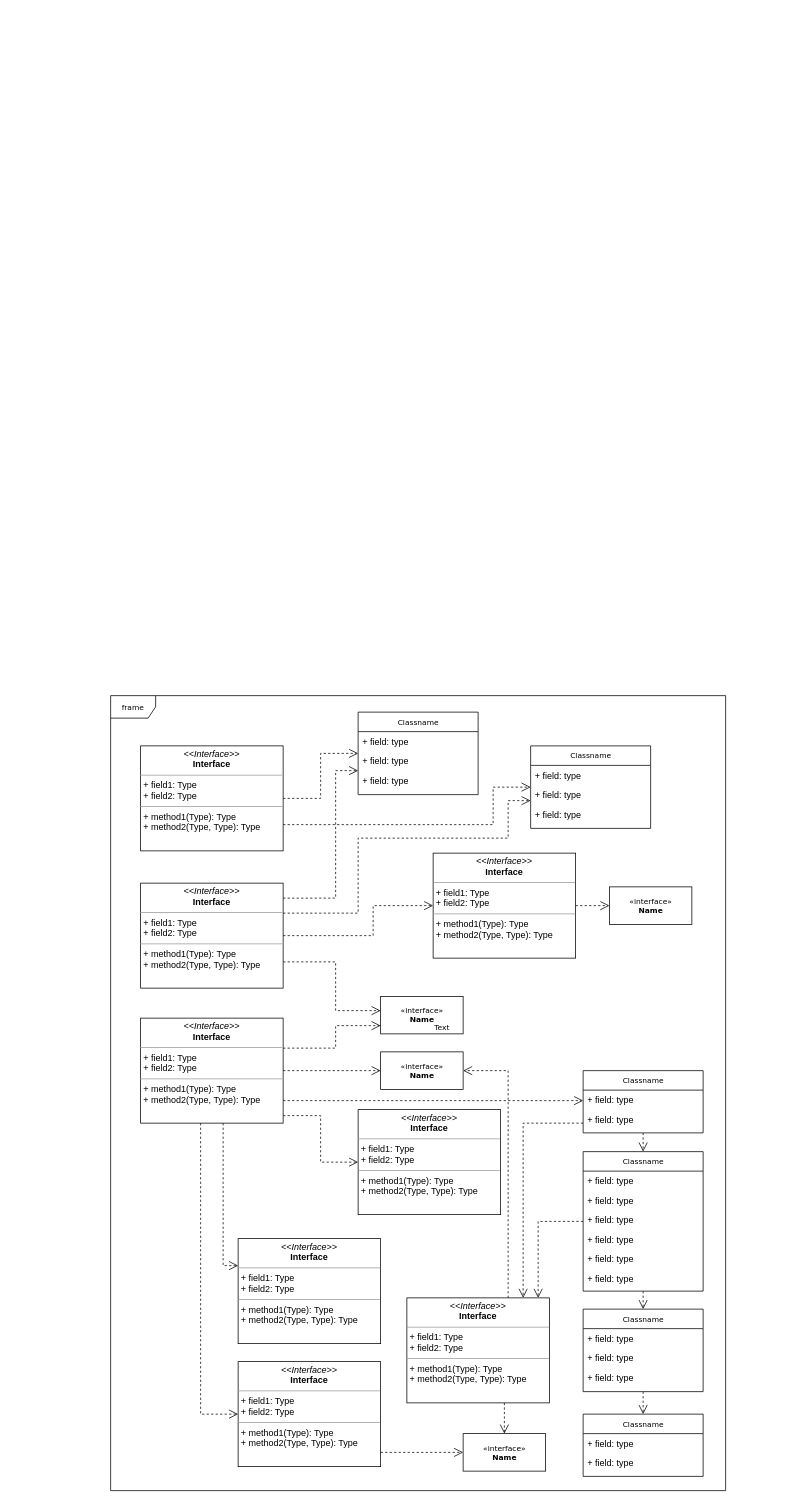
The draw.io diagram Untitled Diagram.drawio in alstn4676/firstproject, before the edit. Source tidied: cells renumbered, new cells numbered last; positions are measured from the earlier drawing's top-left corner, leaving out a move shared by most shapes. Both pictures are drawn from the tidied source at 75%, with x=0, y=0 at pixel (110, 695).
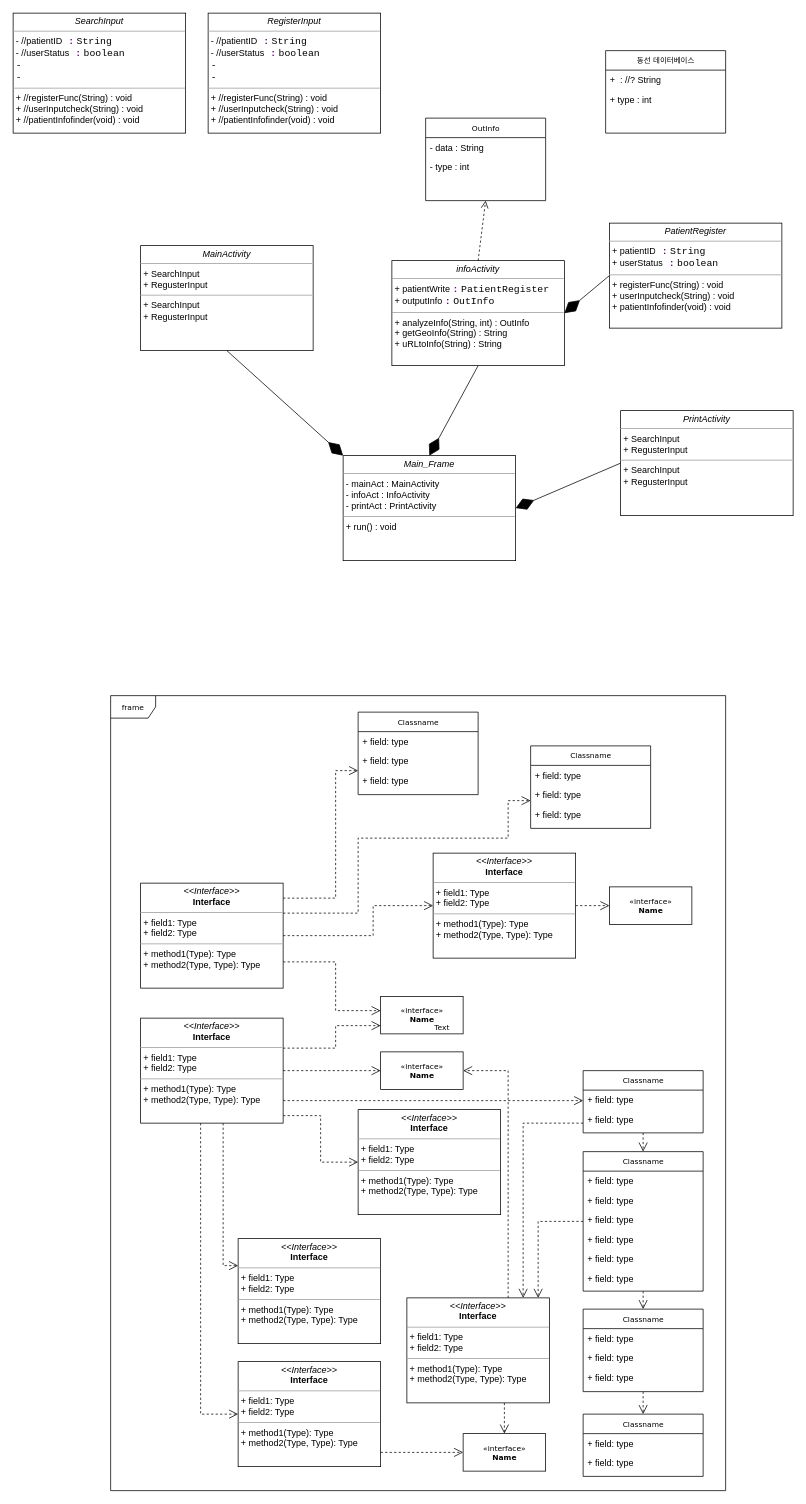
The same diagram, later.

Unchanged cells that the change refers to:
```xml
<mxCell id="12" value="Classname" style="swimlane;html=1;fontStyle=0;horizontal=1;startSize=26;fillColor=none;swimlaneFillColor=#ffffff;rounded=0;shadow=0;comic=0;labelBackgroundColor=none;strokeWidth=1;fontFamily=Verdana;fontSize=10;align=center;" parent="1" vertex="1">
  <mxGeometry x="330" y="22" width="160" height="110" as="geometry" />
</mxCell>
<mxCell id="16" value="Classname" style="swimlane;html=1;fontStyle=0;horizontal=1;startSize=26;fillColor=none;swimlaneFillColor=#ffffff;rounded=0;shadow=0;comic=0;labelBackgroundColor=none;strokeWidth=1;fontFamily=Verdana;fontSize=10;align=center;" parent="1" vertex="1">
  <mxGeometry x="560" y="67" width="160" height="110" as="geometry" />
</mxCell>
```

What changed in the source:
```diff
@@
-    <mxCell id="46" style="edgeStyle=orthogonalEdgeStyle;rounded=0;html=1;labelBackgroundColor=none;startFill=0;endArrow=open;endFill=0;endSize=10;fontFamily=Verdana;fontSize=10;dashed=1;" parent="1" edge="1" source="48" target="12">
-      <mxGeometry relative="1" as="geometry" />
-    </mxCell>
-    <mxCell id="47" style="edgeStyle=orthogonalEdgeStyle;rounded=0;html=1;exitX=1;exitY=0.75;dashed=1;labelBackgroundColor=none;startFill=0;endArrow=open;endFill=0;endSize=10;fontFamily=Verdana;fontSize=10;" parent="1" edge="1" source="48" target="16">
-      <mxGeometry relative="1" as="geometry">
-        <Array as="points">
-          <mxPoint x="510" y="172" />
-          <mxPoint x="510" y="122" />
-        </Array>
-      </mxGeometry>
-    </mxCell>
-    <mxCell id="48" value="&lt;p style=&quot;margin:0px;margin-top:4px;text-align:center;&quot;&gt;&lt;i&gt;&amp;lt;&amp;lt;Interface&amp;gt;&amp;gt;&lt;/i&gt;&lt;br/&gt;&lt;b&gt;Interface&lt;/b&gt;&lt;/p&gt;&lt;hr size=&quot;1&quot;/&gt;&lt;p style=&quot;margin:0px;margin-left:4px;&quot;&gt;+ field1: Type&lt;br/&gt;+ field2: Type&lt;/p&gt;&lt;hr size=&quot;1&quot;/&gt;&lt;p style=&quot;margin:0px;margin-left:4px;&quot;&gt;+ method1(Type): Type&lt;br/&gt;+ method2(Type, Type): Type&lt;/p&gt;" style="verticalAlign=top;align=left;overflow=fill;fontSize=12;fontFamily=Helvetica;html=1;rounded=0;shadow=0;comic=0;labelBackgroundColor=none;strokeWidth=1;" parent="1" vertex="1">
-      <mxGeometry x="40" y="67" width="190" height="140" as="geometry" />
+    <mxCell id="48" value="&lt;p style=&quot;margin: 0px ; margin-top: 4px ; text-align: center&quot;&gt;&lt;i&gt;infoActivity&lt;/i&gt;&lt;/p&gt;&lt;hr size=&quot;1&quot;&gt;&lt;p style=&quot;margin: 0px ; margin-left: 4px&quot;&gt;+ patientWrite&amp;nbsp;&lt;span style=&quot;color: rgb(102 , 14 , 122) ; font-weight: bold ; background-color: rgb(255 , 255 , 255) ; font-family: &amp;#34;consolas&amp;#34; , monospace ; font-size: 9.8pt&quot;&gt;:&lt;/span&gt;&lt;span&gt;&amp;nbsp;&lt;/span&gt;&lt;span style=&quot;background-color: rgb(255 , 255 , 255) ; font-family: &amp;#34;consolas&amp;#34; , monospace ; font-size: 9.8pt&quot;&gt;PatientRegister&lt;/span&gt;&lt;/p&gt;&lt;p style=&quot;margin: 0px ; margin-left: 4px&quot;&gt;+ outputInfo&amp;nbsp;&lt;span style=&quot;color: rgb(102 , 14 , 122) ; font-weight: bold ; background-color: rgb(255 , 255 , 255) ; font-family: &amp;#34;consolas&amp;#34; , monospace ; font-size: 9.8pt&quot;&gt;:&lt;/span&gt;&lt;span&gt;&amp;nbsp;&lt;/span&gt;&lt;span style=&quot;background-color: rgb(255 , 255 , 255) ; font-family: &amp;#34;consolas&amp;#34; , monospace ; font-size: 9.8pt&quot;&gt;OutInfo&lt;/span&gt;&lt;/p&gt;&lt;hr size=&quot;1&quot;&gt;&lt;p style=&quot;margin: 0px ; margin-left: 4px&quot;&gt;+ analyzeInfo(String, int) : OutInfo&lt;br&gt;+ getGeoInfo(String) : String&lt;/p&gt;&lt;p style=&quot;margin: 0px ; margin-left: 4px&quot;&gt;+ uRLtoInfo(String) : String&lt;/p&gt;" style="verticalAlign=top;align=left;overflow=fill;fontSize=12;fontFamily=Helvetica;html=1;rounded=0;shadow=0;comic=0;labelBackgroundColor=none;strokeWidth=1;" parent="1" vertex="1">
+      <mxGeometry x="375" y="-580" width="230" height="140" as="geometry" />
     </mxCell>
@@
+    <mxCell id="62" value="&lt;p style=&quot;margin: 0px ; margin-top: 4px ; text-align: center&quot;&gt;&lt;i&gt;PatientRegister&lt;/i&gt;&lt;/p&gt;&lt;hr size=&quot;1&quot;&gt;&lt;p style=&quot;margin: 0px ; margin-left: 4px&quot;&gt;+ patientID&lt;span style=&quot;color: rgb(102 , 14 , 122) ; font-weight: bold ; background-color: rgb(255 , 255 , 255) ; font-family: &amp;#34;consolas&amp;#34; , monospace ; font-size: 9.8pt&quot;&gt;&amp;nbsp;:&lt;/span&gt;&amp;nbsp;&lt;font face=&quot;consolas, monospace&quot;&gt;&lt;span style=&quot;font-size: 13.0667px ; background-color: rgb(255 , 255 , 255)&quot;&gt;String&lt;/span&gt;&lt;/font&gt;&lt;/p&gt;&lt;p style=&quot;margin: 0px ; margin-left: 4px&quot;&gt;+ userStatus&lt;span style=&quot;color: rgb(102 , 14 , 122) ; font-weight: bold ; background-color: rgb(255 , 255 , 255) ; font-family: &amp;#34;consolas&amp;#34; , monospace ; font-size: 9.8pt&quot;&gt;&amp;nbsp;:&lt;/span&gt;&amp;nbsp;&lt;font face=&quot;consolas, monospace&quot;&gt;&lt;span style=&quot;font-size: 13.0667px ; background-color: rgb(255 , 255 , 255)&quot;&gt;boolean&lt;/span&gt;&lt;/font&gt;&lt;/p&gt;&lt;hr size=&quot;1&quot;&gt;&lt;p style=&quot;margin: 0px ; margin-left: 4px&quot;&gt;+ registerFunc(String) : void&lt;br&gt;+ userInputcheck(String)&amp;nbsp;: void&lt;/p&gt;&lt;p style=&quot;margin: 0px ; margin-left: 4px&quot;&gt;+ patientInfofinder(void) : void&lt;/p&gt;" style="verticalAlign=top;align=left;overflow=fill;fontSize=12;fontFamily=Helvetica;html=1;rounded=0;shadow=0;comic=0;labelBackgroundColor=none;strokeWidth=1;" parent="1" vertex="1">
+      <mxGeometry x="665" y="-630" width="230" height="140" as="geometry" />
+    </mxCell>
+    <mxCell id="63" value="OutInfo" style="swimlane;html=1;fontStyle=0;horizontal=1;startSize=26;fillColor=none;swimlaneFillColor=#ffffff;rounded=0;shadow=0;comic=0;labelBackgroundColor=none;strokeWidth=1;fontFamily=Verdana;fontSize=10;align=center;" parent="1" vertex="1">
+      <mxGeometry x="420" y="-770" width="160" height="110" as="geometry" />
+    </mxCell>
+    <mxCell id="64" value="- data : String" style="text;html=1;strokeColor=none;fillColor=none;align=left;verticalAlign=top;spacingLeft=4;spacingRight=4;whiteSpace=wrap;overflow=hidden;" parent="63" vertex="1">
+      <mxGeometry y="26" width="160" height="26" as="geometry" />
+    </mxCell>
+    <mxCell id="65" value="- type : int" style="text;html=1;strokeColor=none;fillColor=none;align=left;verticalAlign=top;spacingLeft=4;spacingRight=4;whiteSpace=wrap;overflow=hidden;" parent="63" vertex="1">
+      <mxGeometry y="52" width="160" height="26" as="geometry" />
+    </mxCell>
+    <mxCell id="66" value="&amp;nbsp;" style="html=1;verticalAlign=bottom;endArrow=open;dashed=1;endSize=8;exitX=0.5;exitY=0;exitDx=0;exitDy=0;entryX=0.5;entryY=1;entryDx=0;entryDy=0;" parent="1" edge="1" source="48" target="63">
+      <mxGeometry x="0.52" y="-20" relative="1" as="geometry" />
+    </mxCell>
+    <mxCell id="67" style="endArrow=diamondThin;endFill=1;endSize=24;html=1;exitX=0;exitY=0.5;exitDx=0;exitDy=0;entryX=1;entryY=0.5;entryDx=0;entryDy=0;" parent="1" edge="1" source="62" target="48">
+      <mxGeometry relative="1" as="geometry" />
+    </mxCell>
+    <mxCell id="68" value="&lt;p style=&quot;margin: 0px ; margin-top: 4px ; text-align: center&quot;&gt;&lt;i&gt;RegisterInput&lt;/i&gt;&lt;/p&gt;&lt;hr size=&quot;1&quot;&gt;&lt;p style=&quot;margin: 0px ; margin-left: 4px&quot;&gt;- //patientID&lt;span style=&quot;color: rgb(102 , 14 , 122) ; font-weight: bold ; background-color: rgb(255 , 255 , 255) ; font-family: &amp;#34;consolas&amp;#34; , monospace ; font-size: 9.8pt&quot;&gt;&amp;nbsp;:&lt;/span&gt;&amp;nbsp;&lt;font face=&quot;consolas, monospace&quot;&gt;&lt;span style=&quot;font-size: 13.0667px ; background-color: rgb(255 , 255 , 255)&quot;&gt;String&lt;/span&gt;&lt;/font&gt;&lt;/p&gt;&lt;p style=&quot;margin: 0px ; margin-left: 4px&quot;&gt;-&lt;span&gt;&amp;nbsp;//userStatus&lt;/span&gt;&lt;span style=&quot;color: rgb(102 , 14 , 122) ; font-weight: bold ; background-color: rgb(255 , 255 , 255) ; font-family: &amp;#34;consolas&amp;#34; , monospace ; font-size: 9.8pt&quot;&gt;&amp;nbsp;:&lt;/span&gt;&lt;span&gt;&amp;nbsp;&lt;/span&gt;&lt;font face=&quot;consolas, monospace&quot;&gt;&lt;span style=&quot;font-size: 13.0667px ; background-color: rgb(255 , 255 , 255)&quot;&gt;boolean&lt;/span&gt;&lt;/font&gt;&lt;/p&gt;&lt;p style=&quot;margin: 0px ; margin-left: 4px&quot;&gt;&lt;font face=&quot;consolas, monospace&quot;&gt;&lt;span style=&quot;font-size: 13.0667px ; background-color: rgb(255 , 255 , 255)&quot;&gt;-&lt;/span&gt;&lt;/font&gt;&lt;/p&gt;&lt;p style=&quot;margin: 0px ; margin-left: 4px&quot;&gt;&lt;font face=&quot;consolas, monospace&quot;&gt;&lt;span style=&quot;font-size: 13.0667px ; background-color: rgb(255 , 255 , 255)&quot;&gt;-&lt;/span&gt;&lt;/font&gt;&lt;/p&gt;&lt;hr size=&quot;1&quot;&gt;&lt;p style=&quot;margin: 0px ; margin-left: 4px&quot;&gt;+ //registerFunc(String) : void&lt;br&gt;+ //userInputcheck(String)&amp;nbsp;: void&lt;/p&gt;&lt;p style=&quot;margin: 0px ; margin-left: 4px&quot;&gt;+ //patientInfofinder(void) : void&lt;/p&gt;" style="verticalAlign=top;align=left;overflow=fill;fontSize=12;fontFamily=Helvetica;html=1;rounded=0;shadow=0;comic=0;labelBackgroundColor=none;strokeWidth=1;" parent="1" vertex="1">
+      <mxGeometry x="130" y="-910" width="230" height="160" as="geometry" />
+    </mxCell>
+    <mxCell id="69" style="endArrow=diamondThin;endFill=1;endSize=24;html=1;exitX=0.5;exitY=1;exitDx=0;exitDy=0;entryX=0.5;entryY=0;entryDx=0;entryDy=0;" parent="1" edge="1" source="48" target="72">
+      <mxGeometry relative="1" as="geometry" />
+    </mxCell>
+    <mxCell id="70" value="&lt;p style=&quot;margin: 0px ; margin-top: 4px ; text-align: center&quot;&gt;&lt;i&gt;MainActivity&lt;/i&gt;&lt;/p&gt;&lt;hr size=&quot;1&quot;&gt;&lt;p style=&quot;margin: 0px 0px 0px 4px&quot;&gt;+ SearchInput&lt;/p&gt;&lt;p style=&quot;margin: 0px 0px 0px 4px&quot;&gt;+ RegusterInput&lt;/p&gt;&lt;hr size=&quot;1&quot;&gt;&lt;p style=&quot;margin: 0px ; margin-left: 4px&quot;&gt;+ SearchInput&lt;/p&gt;&lt;p style=&quot;margin: 0px ; margin-left: 4px&quot;&gt;+ RegusterInput&lt;/p&gt;" style="verticalAlign=top;align=left;overflow=fill;fontSize=12;fontFamily=Helvetica;html=1;rounded=0;shadow=0;comic=0;labelBackgroundColor=none;strokeWidth=1;" parent="1" vertex="1">
+      <mxGeometry x="40" y="-600" width="230" height="140" as="geometry" />
+    </mxCell>
+    <mxCell id="71" style="endArrow=diamondThin;endFill=1;endSize=24;html=1;exitX=0.5;exitY=1;exitDx=0;exitDy=0;entryX=0;entryY=0;entryDx=0;entryDy=0;" parent="1" edge="1" source="70" target="72">
+      <mxGeometry relative="1" as="geometry" />
+    </mxCell>
+    <mxCell id="72" value="&lt;p style=&quot;margin: 0px ; margin-top: 4px ; text-align: center&quot;&gt;&lt;i&gt;Main_Frame&lt;/i&gt;&lt;br&gt;&lt;/p&gt;&lt;hr size=&quot;1&quot;&gt;&lt;p style=&quot;margin: 0px 0px 0px 4px&quot;&gt;- mainAct : MainActivity&lt;/p&gt;&lt;p style=&quot;margin: 0px 0px 0px 4px&quot;&gt;- infoAct : InfoActivity&lt;/p&gt;&lt;p style=&quot;margin: 0px 0px 0px 4px&quot;&gt;- printAct : PrintActivity&lt;/p&gt;&lt;hr size=&quot;1&quot;&gt;&lt;p style=&quot;margin: 0px ; margin-left: 4px&quot;&gt;+ run() : void&lt;/p&gt;" style="verticalAlign=top;align=left;overflow=fill;fontSize=12;fontFamily=Helvetica;html=1;rounded=0;shadow=0;comic=0;labelBackgroundColor=none;strokeWidth=1;" parent="1" vertex="1">
+      <mxGeometry x="310" y="-320" width="230" height="140" as="geometry" />
+    </mxCell>
+    <mxCell id="73" value="&lt;p style=&quot;margin: 0px ; margin-top: 4px ; text-align: center&quot;&gt;&lt;i&gt;PrintActivity&lt;/i&gt;&lt;/p&gt;&lt;hr size=&quot;1&quot;&gt;&lt;p style=&quot;margin: 0px 0px 0px 4px&quot;&gt;+ SearchInput&lt;/p&gt;&lt;p style=&quot;margin: 0px 0px 0px 4px&quot;&gt;+ RegusterInput&lt;/p&gt;&lt;hr size=&quot;1&quot;&gt;&lt;p style=&quot;margin: 0px ; margin-left: 4px&quot;&gt;+ SearchInput&lt;/p&gt;&lt;p style=&quot;margin: 0px ; margin-left: 4px&quot;&gt;+ RegusterInput&lt;/p&gt;" style="verticalAlign=top;align=left;overflow=fill;fontSize=12;fontFamily=Helvetica;html=1;rounded=0;shadow=0;comic=0;labelBackgroundColor=none;strokeWidth=1;" parent="1" vertex="1">
+      <mxGeometry x="680" y="-380" width="230" height="140" as="geometry" />
+    </mxCell>
+    <mxCell id="74" style="endArrow=diamondThin;endFill=1;endSize=24;html=1;exitX=0;exitY=0.5;exitDx=0;exitDy=0;entryX=1;entryY=0.5;entryDx=0;entryDy=0;" parent="1" edge="1" source="73" target="72">
+      <mxGeometry relative="1" as="geometry" />
+    </mxCell>
+    <mxCell id="75" value="&lt;p style=&quot;margin: 0px ; margin-top: 4px ; text-align: center&quot;&gt;&lt;i&gt;SearchInput&lt;/i&gt;&lt;/p&gt;&lt;hr size=&quot;1&quot;&gt;&lt;p style=&quot;margin: 0px ; margin-left: 4px&quot;&gt;- //patientID&lt;span style=&quot;color: rgb(102 , 14 , 122) ; font-weight: bold ; background-color: rgb(255 , 255 , 255) ; font-family: &amp;#34;consolas&amp;#34; , monospace ; font-size: 9.8pt&quot;&gt;&amp;nbsp;:&lt;/span&gt;&amp;nbsp;&lt;font face=&quot;consolas, monospace&quot;&gt;&lt;span style=&quot;font-size: 13.0667px ; background-color: rgb(255 , 255 , 255)&quot;&gt;String&lt;/span&gt;&lt;/font&gt;&lt;/p&gt;&lt;p style=&quot;margin: 0px ; margin-left: 4px&quot;&gt;-&lt;span&gt;&amp;nbsp;//userStatus&lt;/span&gt;&lt;span style=&quot;color: rgb(102 , 14 , 122) ; font-weight: bold ; background-color: rgb(255 , 255 , 255) ; font-family: &amp;#34;consolas&amp;#34; , monospace ; font-size: 9.8pt&quot;&gt;&amp;nbsp;:&lt;/span&gt;&lt;span&gt;&amp;nbsp;&lt;/span&gt;&lt;font face=&quot;consolas, monospace&quot;&gt;&lt;span style=&quot;font-size: 13.0667px ; background-color: rgb(255 , 255 , 255)&quot;&gt;boolean&lt;/span&gt;&lt;/font&gt;&lt;/p&gt;&lt;p style=&quot;margin: 0px ; margin-left: 4px&quot;&gt;&lt;font face=&quot;consolas, monospace&quot;&gt;&lt;span style=&quot;font-size: 13.0667px ; background-color: rgb(255 , 255 , 255)&quot;&gt;-&lt;/span&gt;&lt;/font&gt;&lt;/p&gt;&lt;p style=&quot;margin: 0px ; margin-left: 4px&quot;&gt;&lt;font face=&quot;consolas, monospace&quot;&gt;&lt;span style=&quot;font-size: 13.0667px ; background-color: rgb(255 , 255 , 255)&quot;&gt;-&lt;/span&gt;&lt;/font&gt;&lt;/p&gt;&lt;hr size=&quot;1&quot;&gt;&lt;p style=&quot;margin: 0px ; margin-left: 4px&quot;&gt;+ //registerFunc(String) : void&lt;br&gt;+ //userInputcheck(String)&amp;nbsp;: void&lt;/p&gt;&lt;p style=&quot;margin: 0px ; margin-left: 4px&quot;&gt;+ //patientInfofinder(void) : void&lt;/p&gt;" style="verticalAlign=top;align=left;overflow=fill;fontSize=12;fontFamily=Helvetica;html=1;rounded=0;shadow=0;comic=0;labelBackgroundColor=none;strokeWidth=1;" parent="1" vertex="1">
+      <mxGeometry x="-130" y="-910" width="230" height="160" as="geometry" />
+    </mxCell>
+    <mxCell id="76" value="동선 데이터베이스" style="swimlane;html=1;fontStyle=0;horizontal=1;startSize=26;fillColor=none;swimlaneFillColor=#ffffff;rounded=0;shadow=0;comic=0;labelBackgroundColor=none;strokeWidth=1;fontFamily=Verdana;fontSize=10;align=center;" parent="1" vertex="1">
+      <mxGeometry x="660" y="-860" width="160" height="110" as="geometry" />
+    </mxCell>
+    <mxCell id="77" value="+&amp;nbsp; : //? String" style="text;html=1;strokeColor=none;fillColor=none;align=left;verticalAlign=top;spacingLeft=4;spacingRight=4;whiteSpace=wrap;overflow=hidden;" parent="76" vertex="1">
+      <mxGeometry y="26" width="160" height="26" as="geometry" />
+    </mxCell>
+    <mxCell id="78" value="+ type : int" style="text;html=1;strokeColor=none;fillColor=none;align=left;verticalAlign=top;spacingLeft=4;spacingRight=4;whiteSpace=wrap;overflow=hidden;" parent="76" vertex="1">
+      <mxGeometry y="52" width="160" height="26" as="geometry" />
+    </mxCell>
```
